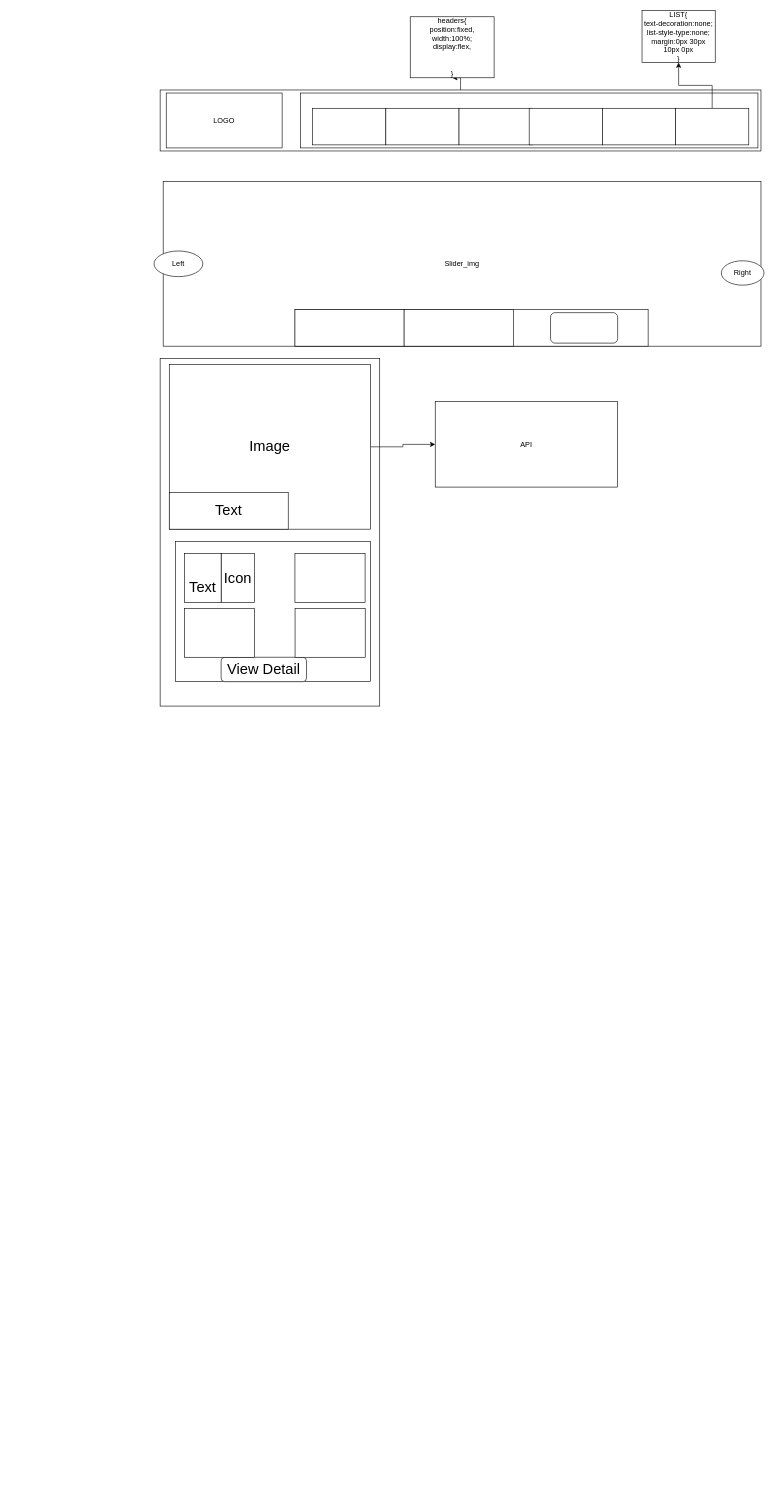
Above: treking_new.drawio in sauravsharma2025/treking_website (draw.io), before the change. Source tidied: cells renumbered, new cells numbered last; positions are measured from the earlier drawing's top-left corner, leaving out a move shared by most shapes. Both pictures are drawn from the tidied source at 61%, with x=0, y=0 at pixel (154, 10).
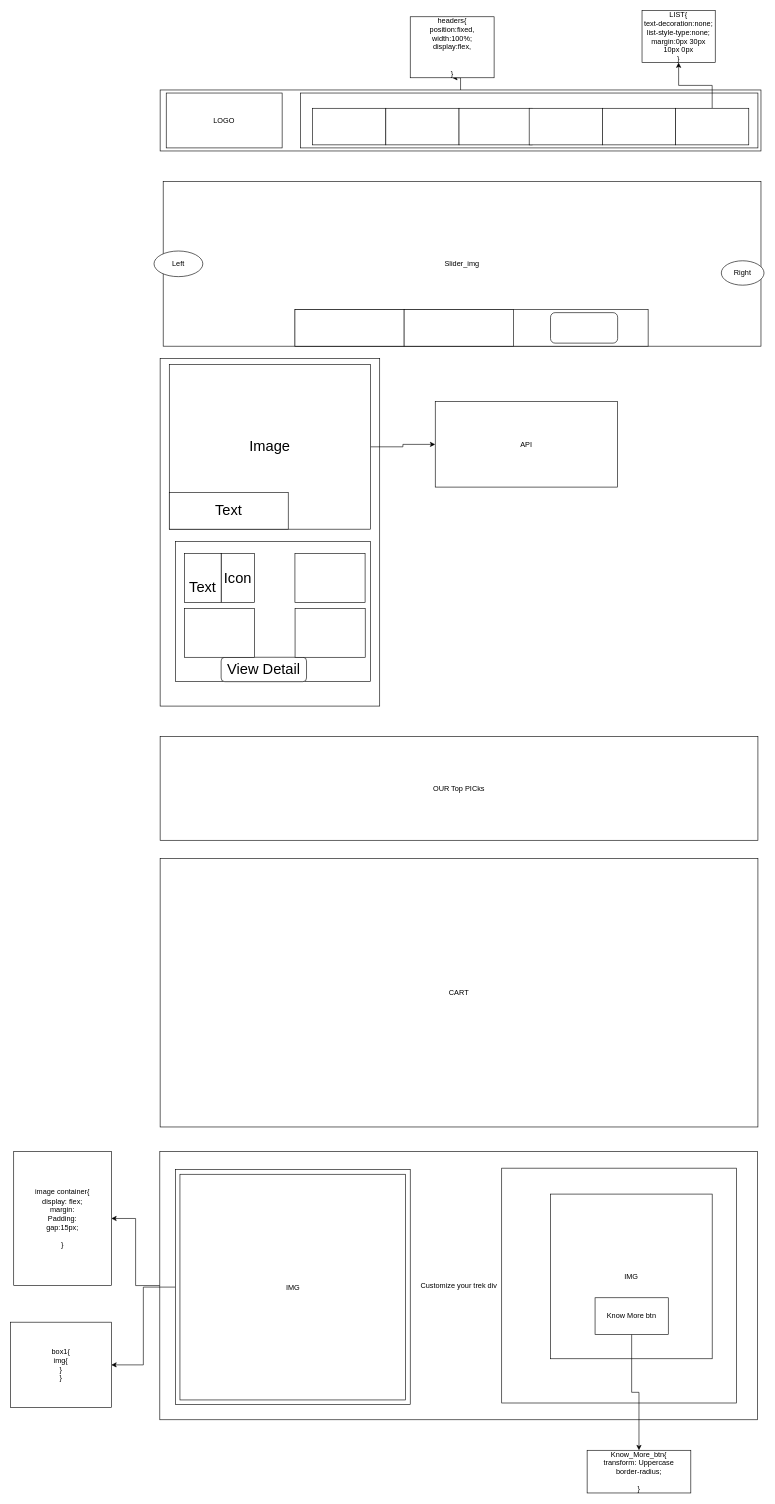
After the change.

Commit message (it also covers changes not shown here):
Top Picks Header fixed

The edit, as a diff of the source:
```diff
@@
+    <mxCell id="35" value="OUR Top PICks" style="rounded=0;whiteSpace=wrap;html=1;" parent="1" vertex="1">
+      <mxGeometry x="10" y="1190" width="980" height="170" as="geometry" />
+    </mxCell>
+    <mxCell id="36" value="CART" style="rounded=0;whiteSpace=wrap;html=1;" parent="1" vertex="1">
+      <mxGeometry x="10" y="1390" width="980" height="440" as="geometry" />
+    </mxCell>
+    <mxCell id="37" style="edgeStyle=orthogonalEdgeStyle;rounded=0;jettySize=auto;html=1;" parent="1" edge="1" source="38" target="46">
+      <mxGeometry relative="1" as="geometry" />
+    </mxCell>
+    <mxCell id="38" value="Customize your trek div" style="rounded=0;whiteSpace=wrap;html=1;" parent="1" vertex="1">
+      <mxGeometry x="9.5" y="1870" width="980" height="440" as="geometry" />
+    </mxCell>
+    <mxCell id="39" style="edgeStyle=orthogonalEdgeStyle;rounded=0;jettySize=auto;html=1;" parent="1" edge="1" source="40" target="47">
+      <mxGeometry relative="1" as="geometry" />
+    </mxCell>
+    <mxCell id="40" style="whiteSpace=wrap;html=1;" parent="1" vertex="1">
+      <mxGeometry x="35" y="1900" width="385" height="385" as="geometry" />
+    </mxCell>
+    <mxCell id="41" style="whiteSpace=wrap;html=1;" parent="1" vertex="1">
+      <mxGeometry x="570" y="1897.5" width="385" height="385" as="geometry" />
+    </mxCell>
+    <mxCell id="42" value="IMG" style="rounded=0;whiteSpace=wrap;html=1;" parent="1" vertex="1">
+      <mxGeometry x="42.5" y="1907.5" width="370" height="370" as="geometry" />
+    </mxCell>
+    <mxCell id="43" value="IMG" style="rounded=0;whiteSpace=wrap;html=1;" parent="1" vertex="1">
+      <mxGeometry x="650" y="1940" width="265" height="270" as="geometry" />
+    </mxCell>
+    <mxCell id="44" style="edgeStyle=orthogonalEdgeStyle;rounded=0;jettySize=auto;html=1;" parent="1" edge="1" source="45" target="48">
+      <mxGeometry relative="1" as="geometry" />
+    </mxCell>
+    <mxCell id="45" value="Know More btn" style="rounded=0;whiteSpace=wrap;html=1;" parent="1" vertex="1">
+      <mxGeometry x="723" y="2110" width="120" height="60" as="geometry" />
+    </mxCell>
+    <mxCell id="46" value="image container{&lt;br&gt;display: flex;&lt;br&gt;margin:&lt;br&gt;Padding:&lt;br&gt;gap:15px;&lt;br&gt;&lt;br&gt;}" style="rounded=0;whiteSpace=wrap;html=1;" parent="1" vertex="1">
+      <mxGeometry x="-230" y="1870" width="160" height="220" as="geometry" />
+    </mxCell>
+    <mxCell id="47" value="box1{&lt;br&gt;img{&lt;br&gt;}&lt;br&gt;}" style="whiteSpace=wrap;html=1;" parent="1" vertex="1">
+      <mxGeometry x="-235" y="2150" width="165" height="140" as="geometry" />
+    </mxCell>
+    <mxCell id="48" value="Know_More_btn{&lt;br&gt;transform: Uppercase&lt;br&gt;border-radius;&lt;br&gt;&lt;br&gt;}" style="rounded=0;whiteSpace=wrap;html=1;" parent="1" vertex="1">
+      <mxGeometry x="710" y="2360" width="170" height="70" as="geometry" />
+    </mxCell>
```
